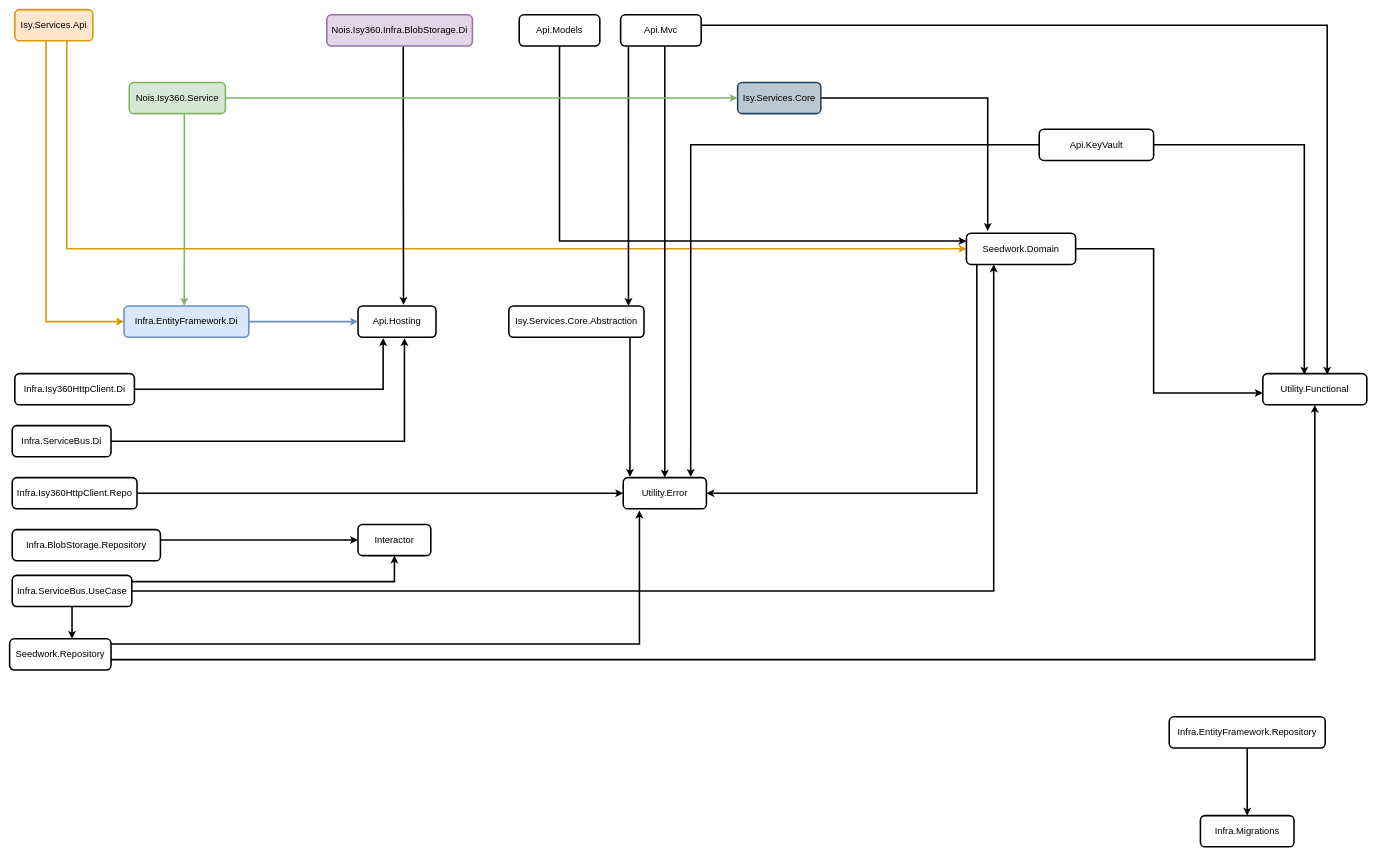
The draw.io diagram Untitled Diagram.drawio in xtzaferis/test-server, before the edit. Source tidied: cells renumbered, new cells numbered last; positions are measured from the earlier drawing's top-left corner, leaving out a move shared by most shapes. Both pictures are drawn from the tidied source at 52%, with x=0, y=0 at pixel (9, 9).
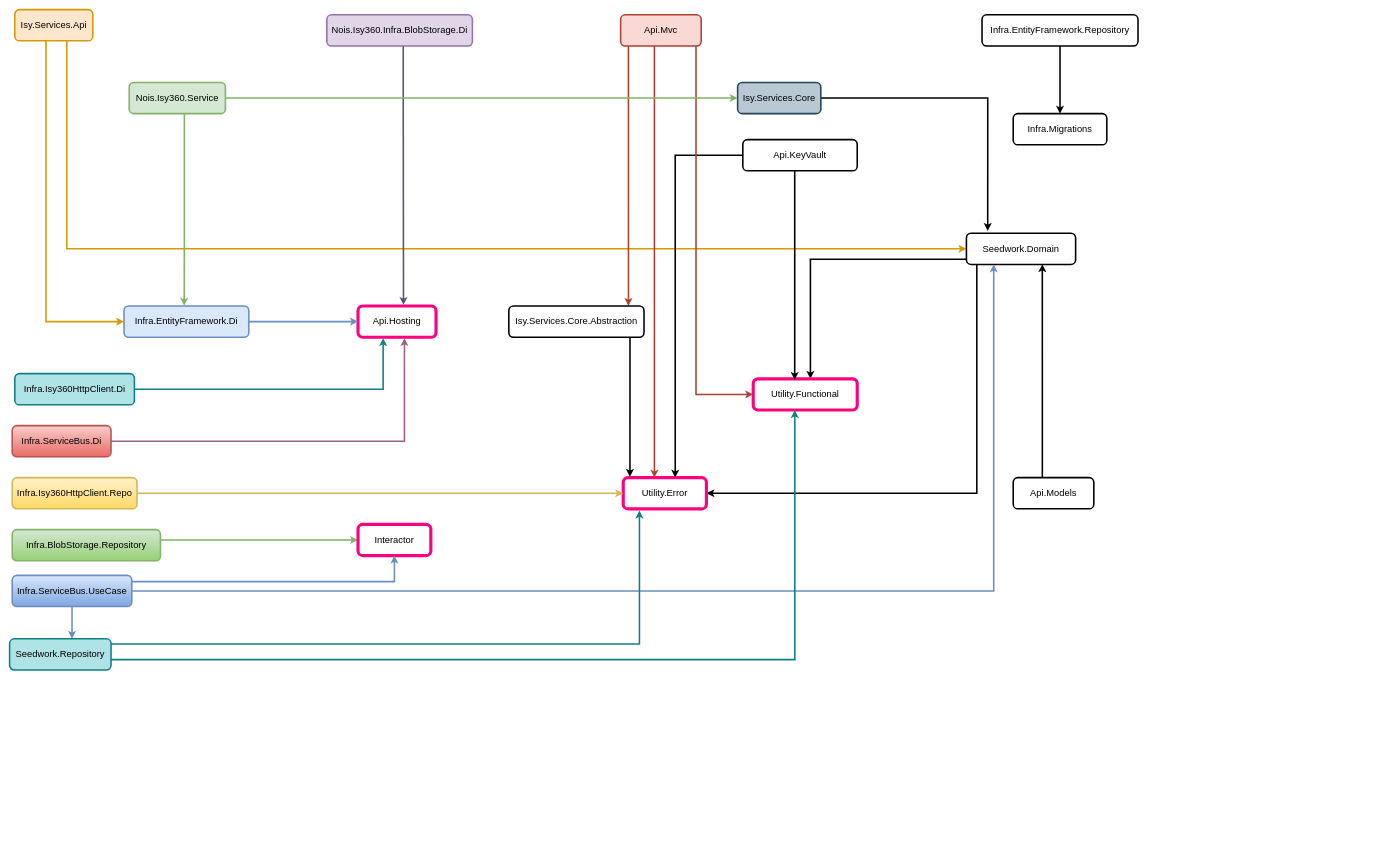
Above is the later version.

The change refers to these unchanged cells:
```xml
<mxCell id="7" value="&lt;font style=&quot;font-size: 18px&quot;&gt;Seedwork.Domain&lt;/font&gt;" style="rounded=1;whiteSpace=wrap;html=1;strokeWidth=3;" parent="1" vertex="1">
  <mxGeometry x="1840" y="430" width="210" height="60" as="geometry" />
</mxCell>
<mxCell id="14" value="&lt;font style=&quot;font-size: 18px&quot;&gt;Nois.Isy360.Infra.BlobStorage.Di&lt;/font&gt;" style="rounded=1;whiteSpace=wrap;html=1;fillColor=#e1d5e7;strokeColor=#9673a6;strokeWidth=3;" parent="1" vertex="1">
  <mxGeometry x="610" y="10" width="280" height="60" as="geometry" />
</mxCell>
<mxCell id="30" value="&lt;font style=&quot;font-size: 18px&quot;&gt;Isy.Services.Core.Abstraction&lt;/font&gt;" style="rounded=1;whiteSpace=wrap;html=1;strokeWidth=3;" parent="1" vertex="1">
  <mxGeometry x="960" y="570" width="260" height="60" as="geometry" />
</mxCell>
```

Diff of the diagram source:
```diff
@@
+    <mxCell id="6" style="edgeStyle=orthogonalEdgeStyle;rounded=0;jettySize=auto;html=1;entryX=1;entryY=0.5;entryDx=0;entryDy=0;fontSize=18;strokeWidth=3;" parent="1" edge="1" source="7" target="9">
+      <mxGeometry relative="1" as="geometry">
+        <Array as="points">
+          <mxPoint x="1860" y="930" />
+        </Array>
+      </mxGeometry>
+    </mxCell>
-    <mxCell id="5" style="edgeStyle=orthogonalEdgeStyle;rounded=0;jettySize=auto;html=1;entryX=-0.001;entryY=0.622;entryDx=0;entryDy=0;entryPerimeter=0;fontSize=18;strokeWidth=3;" parent="1" edge="1" source="7" target="8">
+    <mxCell id="5" style="edgeStyle=orthogonalEdgeStyle;rounded=0;jettySize=auto;html=1;entryX=0.55;entryY=0;entryDx=0;entryDy=0;entryPerimeter=0;fontSize=18;strokeWidth=3;" parent="1" edge="1" source="7" target="8">
       <mxGeometry relative="1" as="geometry">
         <Array as="points">
-          <mxPoint x="2200" y="460" />
-          <mxPoint x="2200" y="737" />
+          <mxPoint x="1540" y="480" />
         </Array>
       </mxGeometry>
     </mxCell>
-    <mxCell id="6" style="edgeStyle=orthogonalEdgeStyle;rounded=0;jettySize=auto;html=1;entryX=1;entryY=0.5;entryDx=0;entryDy=0;fontSize=18;strokeWidth=3;" parent="1" edge="1" source="7" target="9">
-      <mxGeometry relative="1" as="geometry">
-        <Array as="points">
-          <mxPoint x="1860" y="930" />
-        </Array>
-      </mxGeometry>
-    </mxCell>
@@
-    <mxCell id="8" value="&lt;font style=&quot;font-size: 18px&quot;&gt;Utility.Functional&lt;/font&gt;" style="rounded=1;whiteSpace=wrap;html=1;strokeWidth=3;" parent="1" vertex="1">
-      <mxGeometry x="2410" y="700" width="200" height="60" as="geometry" />
+    <mxCell id="8" value="&lt;font style=&quot;font-size: 18px&quot;&gt;Utility.Functional&lt;/font&gt;" style="rounded=1;whiteSpace=wrap;html=1;strokeWidth=6;strokeColor=#FF0080;" parent="1" vertex="1">
+      <mxGeometry x="1430" y="710" width="200" height="60" as="geometry" />
     </mxCell>
-    <mxCell id="9" value="&lt;font style=&quot;font-size: 18px&quot;&gt;Utility.Error&lt;/font&gt;" style="rounded=1;whiteSpace=wrap;html=1;strokeWidth=3;" parent="1" vertex="1">
+    <mxCell id="9" value="&lt;font style=&quot;font-size: 18px&quot;&gt;Utility.Error&lt;/font&gt;" style="rounded=1;whiteSpace=wrap;html=1;strokeWidth=6;strokeColor=#FF0080;" parent="1" vertex="1">
       <mxGeometry x="1180" y="900" width="160" height="60" as="geometry" />
     </mxCell>
-    <mxCell id="10" value="&lt;font style=&quot;font-size: 18px&quot;&gt;Api.Hosting&lt;/font&gt;" style="rounded=1;whiteSpace=wrap;html=1;strokeWidth=3;" parent="1" vertex="1">
+    <mxCell id="10" value="&lt;font style=&quot;font-size: 18px&quot;&gt;Api.Hosting&lt;/font&gt;" style="rounded=1;whiteSpace=wrap;html=1;strokeWidth=6;strokeColor=#FF0080;" parent="1" vertex="1">
       <mxGeometry x="670" y="570" width="150" height="60" as="geometry" />
     </mxCell>
@@
-    <mxCell id="13" style="edgeStyle=orthogonalEdgeStyle;rounded=0;jettySize=auto;html=1;entryX=0.583;entryY=-0.037;entryDx=0;entryDy=0;entryPerimeter=0;fontSize=18;strokeWidth=3;" parent="1" edge="1" source="14" target="10">
+    <mxCell id="13" style="edgeStyle=orthogonalEdgeStyle;rounded=0;jettySize=auto;html=1;entryX=0.583;entryY=-0.037;entryDx=0;entryDy=0;entryPerimeter=0;fontSize=18;strokeWidth=3;fillColor=#d0cee2;strokeColor=#56517e;" parent="1" edge="1" source="14" target="10">
       <mxGeometry relative="1" as="geometry">
         <Array as="points">
           <mxPoint x="757" y="200" />
           <mxPoint x="757" y="200" />
         </Array>
       </mxGeometry>
     </mxCell>
@@
-    <mxCell id="15" style="edgeStyle=orthogonalEdgeStyle;rounded=0;jettySize=auto;html=1;entryX=0;entryY=0.25;entryDx=0;entryDy=0;fontSize=18;strokeWidth=3;" parent="1" edge="1" source="16" target="7">
+    <mxCell id="15" style="edgeStyle=orthogonalEdgeStyle;rounded=0;jettySize=auto;html=1;fontSize=18;strokeWidth=3;entryX=0.695;entryY=0.993;entryDx=0;entryDy=0;entryPerimeter=0;" parent="1" edge="1" source="16" target="7">
       <mxGeometry relative="1" as="geometry">
         <Array as="points">
-          <mxPoint x="1058" y="445" />
+          <mxPoint x="1986" y="790" />
+          <mxPoint x="1986" y="790" />
         </Array>
       </mxGeometry>
     </mxCell>
     <mxCell id="16" value="&lt;font style=&quot;font-size: 18px&quot;&gt;Api.Models&lt;/font&gt;" style="rounded=1;whiteSpace=wrap;html=1;strokeWidth=3;" parent="1" vertex="1">
-      <mxGeometry x="980" y="10" width="155" height="60" as="geometry" />
+      <mxGeometry x="1930" y="900" width="155" height="60" as="geometry" />
     </mxCell>
     <mxCell id="17" style="edgeStyle=orthogonalEdgeStyle;rounded=0;jettySize=auto;html=1;entryX=0.399;entryY=0.033;entryDx=0;entryDy=0;entryPerimeter=0;fontSize=18;strokeWidth=3;" parent="1" edge="1" source="19" target="8">
-      <mxGeometry relative="1" as="geometry" />
+      <mxGeometry relative="1" as="geometry">
+        <Array as="points">
+          <mxPoint x="1510" y="280" />
+        </Array>
+      </mxGeometry>
     </mxCell>
-    <mxCell id="18" style="edgeStyle=orthogonalEdgeStyle;rounded=0;jettySize=auto;html=1;entryX=0.811;entryY=-0.022;entryDx=0;entryDy=0;entryPerimeter=0;fontSize=18;strokeWidth=3;" parent="1" edge="1" source="19" target="9">
-      <mxGeometry relative="1" as="geometry" />
+    <mxCell id="18" style="edgeStyle=orthogonalEdgeStyle;rounded=0;jettySize=auto;html=1;fontSize=18;strokeWidth=3;" parent="1" edge="1" source="19">
+      <mxGeometry relative="1" as="geometry">
+        <mxPoint x="1280" y="900" as="targetPoint" />
+        <Array as="points">
+          <mxPoint x="1280" y="280" />
+          <mxPoint x="1280" y="899" />
+        </Array>
+      </mxGeometry>
     </mxCell>
     <mxCell id="19" value="&lt;font style=&quot;font-size: 18px&quot;&gt;Api.KeyVault&lt;/font&gt;" style="rounded=1;whiteSpace=wrap;html=1;strokeWidth=3;" parent="1" vertex="1">
-      <mxGeometry x="1980" y="230" width="220" height="60" as="geometry" />
+      <mxGeometry x="1410" y="250" width="220" height="60" as="geometry" />
     </mxCell>
-    <mxCell id="20" style="edgeStyle=orthogonalEdgeStyle;rounded=0;jettySize=auto;html=1;fontSize=18;strokeWidth=3;" parent="1" edge="1" source="23" target="9">
+    <mxCell id="20" style="edgeStyle=orthogonalEdgeStyle;rounded=0;jettySize=auto;html=1;fontSize=18;strokeWidth=3;fillColor=#fad9d5;strokeColor=#ae4132;" parent="1" edge="1" source="23" target="9">
       <mxGeometry relative="1" as="geometry">
         <Array as="points">
-          <mxPoint x="1260" y="230" />
-          <mxPoint x="1260" y="230" />
+          <mxPoint x="1240" y="480" />
+          <mxPoint x="1240" y="480" />
         </Array>
       </mxGeometry>
     </mxCell>
+    <mxCell id="22" style="edgeStyle=orthogonalEdgeStyle;rounded=0;jettySize=auto;html=1;entryX=0.885;entryY=0;entryDx=0;entryDy=0;entryPerimeter=0;fontSize=18;strokeWidth=3;fillColor=#fad9d5;strokeColor=#ae4132;" parent="1" edge="1" source="23" target="30">
+      <mxGeometry relative="1" as="geometry">
+        <Array as="points">
+          <mxPoint x="1190" y="180" />
+          <mxPoint x="1190" y="180" />
+        </Array>
+      </mxGeometry>
+    </mxCell>
-    <mxCell id="21" style="edgeStyle=orthogonalEdgeStyle;rounded=0;jettySize=auto;html=1;entryX=0.619;entryY=0.033;entryDx=0;entryDy=0;entryPerimeter=0;fontSize=18;strokeWidth=3;" parent="1" edge="1" source="23" target="8">
+    <mxCell id="21" style="edgeStyle=orthogonalEdgeStyle;rounded=0;jettySize=auto;html=1;fontSize=18;strokeWidth=3;entryX=0;entryY=0.5;entryDx=0;entryDy=0;fillColor=#fad9d5;strokeColor=#ae4132;" parent="1" edge="1" source="23" target="8">
       <mxGeometry relative="1" as="geometry">
         <Array as="points">
-          <mxPoint x="2534" y="30" />
+          <mxPoint x="1320" y="740" />
         </Array>
       </mxGeometry>
     </mxCell>
-    <mxCell id="22" style="edgeStyle=orthogonalEdgeStyle;rounded=0;jettySize=auto;html=1;entryX=0.885;entryY=0;entryDx=0;entryDy=0;entryPerimeter=0;fontSize=18;strokeWidth=3;" parent="1" edge="1" source="23" target="30">
-      <mxGeometry relative="1" as="geometry">
-        <Array as="points">
-          <mxPoint x="1190" y="180" />
-          <mxPoint x="1190" y="180" />
-        </Array>
-      </mxGeometry>
-    </mxCell>
-    <mxCell id="23" value="&lt;font style=&quot;font-size: 18px&quot;&gt;Api.Mvc&lt;/font&gt;" style="rounded=1;whiteSpace=wrap;html=1;strokeWidth=3;" parent="1" vertex="1">
+    <mxCell id="23" value="&lt;font style=&quot;font-size: 18px&quot;&gt;Api.Mvc&lt;/font&gt;" style="rounded=1;whiteSpace=wrap;html=1;strokeWidth=3;fillColor=#fad9d5;strokeColor=#ae4132;" parent="1" vertex="1">
       <mxGeometry x="1175" y="10" width="155" height="60" as="geometry" />
     </mxCell>
-    <mxCell id="24" style="edgeStyle=orthogonalEdgeStyle;rounded=0;jettySize=auto;html=1;entryX=0;entryY=0.5;entryDx=0;entryDy=0;fontSize=18;strokeWidth=3;" parent="1" edge="1" source="25" target="26">
+    <mxCell id="24" style="edgeStyle=orthogonalEdgeStyle;rounded=0;jettySize=auto;html=1;entryX=0;entryY=0.5;entryDx=0;entryDy=0;fontSize=18;strokeWidth=3;fillColor=#d5e8d4;gradientColor=#97d077;strokeColor=#82b366;" parent="1" edge="1" source="25" target="26">
       <mxGeometry relative="1" as="geometry">
         <Array as="points">
           <mxPoint x="390" y="1020" />
           <mxPoint x="390" y="1020" />
         </Array>
       </mxGeometry>
     </mxCell>
-    <mxCell id="25" value="&lt;font style=&quot;font-size: 18px&quot;&gt;Infra.BlobStorage.Repository&lt;/font&gt;" style="rounded=1;whiteSpace=wrap;html=1;strokeWidth=3;" parent="1" vertex="1">
+    <mxCell id="25" value="&lt;font style=&quot;font-size: 18px&quot;&gt;Infra.BlobStorage.Repository&lt;/font&gt;" style="rounded=1;whiteSpace=wrap;html=1;strokeWidth=3;fillColor=#d5e8d4;gradientColor=#97d077;strokeColor=#82b366;" parent="1" vertex="1">
       <mxGeometry x="5" y="1000" width="285" height="60" as="geometry" />
     </mxCell>
-    <mxCell id="26" value="&lt;font style=&quot;font-size: 18px&quot;&gt;Interactor&lt;/font&gt;" style="rounded=1;whiteSpace=wrap;html=1;strokeWidth=3;" parent="1" vertex="1">
+    <mxCell id="26" value="&lt;font style=&quot;font-size: 18px&quot;&gt;Interactor&lt;/font&gt;" style="rounded=1;whiteSpace=wrap;html=1;strokeWidth=6;strokeColor=#FF0080;" parent="1" vertex="1">
       <mxGeometry x="670" y="990" width="140" height="60" as="geometry" />
     </mxCell>
@@
     <mxCell id="32" value="&lt;font style=&quot;font-size: 18px&quot;&gt;Infra.EntityFramework.Repository&lt;/font&gt;" style="rounded=1;whiteSpace=wrap;html=1;strokeWidth=3;" parent="1" vertex="1">
-      <mxGeometry x="2230" y="1360" width="300" height="60" as="geometry" />
+      <mxGeometry x="1870" y="10" width="300" height="60" as="geometry" />
     </mxCell>
     <mxCell id="33" value="&lt;font style=&quot;font-size: 18px&quot;&gt;Infra.Migrations&lt;/font&gt;" style="rounded=1;whiteSpace=wrap;html=1;strokeWidth=3;" parent="1" vertex="1">
-      <mxGeometry x="2290" y="1550" width="180" height="60" as="geometry" />
+      <mxGeometry x="1930" y="200" width="180" height="60" as="geometry" />
     </mxCell>
-    <mxCell id="34" style="edgeStyle=orthogonalEdgeStyle;rounded=0;jettySize=auto;html=1;entryX=0.322;entryY=1.03;entryDx=0;entryDy=0;entryPerimeter=0;fontSize=18;strokeWidth=3;" parent="1" edge="1" source="35" target="10">
+    <mxCell id="34" style="edgeStyle=orthogonalEdgeStyle;rounded=0;jettySize=auto;html=1;entryX=0.322;entryY=1.03;entryDx=0;entryDy=0;entryPerimeter=0;fontSize=18;strokeWidth=3;fillColor=#b0e3e6;strokeColor=#0e8088;" parent="1" edge="1" source="35" target="10">
       <mxGeometry relative="1" as="geometry" />
     </mxCell>
-    <mxCell id="35" value="&lt;font style=&quot;font-size: 18px&quot;&gt;Infra.Isy360HttpClient.Di&lt;/font&gt;" style="rounded=1;whiteSpace=wrap;html=1;strokeWidth=3;" parent="1" vertex="1">
+    <mxCell id="35" value="&lt;font style=&quot;font-size: 18px&quot;&gt;Infra.Isy360HttpClient.Di&lt;/font&gt;" style="rounded=1;whiteSpace=wrap;html=1;strokeWidth=3;fillColor=#b0e3e6;strokeColor=#0e8088;" parent="1" vertex="1">
       <mxGeometry x="10" y="700" width="230" height="60" as="geometry" />
     </mxCell>
-    <mxCell id="36" style="edgeStyle=orthogonalEdgeStyle;rounded=0;jettySize=auto;html=1;fontSize=18;strokeWidth=3;" parent="1" edge="1" source="37" target="9">
+    <mxCell id="36" style="edgeStyle=orthogonalEdgeStyle;rounded=0;jettySize=auto;html=1;fontSize=18;strokeWidth=3;fillColor=#fff2cc;strokeColor=#d6b656;gradientColor=#ffd966;" parent="1" edge="1" source="37" target="9">
       <mxGeometry relative="1" as="geometry" />
     </mxCell>
-    <mxCell id="37" value="&lt;font style=&quot;font-size: 18px&quot;&gt;Infra.Isy360HttpClient.Repo&lt;/font&gt;" style="rounded=1;whiteSpace=wrap;html=1;strokeWidth=3;" parent="1" vertex="1">
+    <mxCell id="37" value="&lt;font style=&quot;font-size: 18px&quot;&gt;Infra.Isy360HttpClient.Repo&lt;/font&gt;" style="rounded=1;whiteSpace=wrap;html=1;strokeWidth=3;fillColor=#fff2cc;strokeColor=#d6b656;gradientColor=#ffd966;" parent="1" vertex="1">
       <mxGeometry x="5" y="900" width="240" height="60" as="geometry" />
     </mxCell>
-    <mxCell id="38" style="edgeStyle=orthogonalEdgeStyle;rounded=0;jettySize=auto;html=1;entryX=0.595;entryY=1.03;entryDx=0;entryDy=0;entryPerimeter=0;fontSize=18;strokeWidth=3;" parent="1" edge="1" source="39" target="10">
+    <mxCell id="38" style="edgeStyle=orthogonalEdgeStyle;rounded=0;jettySize=auto;html=1;entryX=0.595;entryY=1.03;entryDx=0;entryDy=0;entryPerimeter=0;fontSize=18;strokeWidth=3;fillColor=#e6d0de;gradientColor=#d5739d;strokeColor=#996185;" parent="1" edge="1" source="39" target="10">
       <mxGeometry relative="1" as="geometry" />
     </mxCell>
-    <mxCell id="39" value="&lt;font style=&quot;font-size: 18px&quot;&gt;Infra.ServiceBus.Di&lt;/font&gt;" style="rounded=1;whiteSpace=wrap;html=1;strokeWidth=3;" parent="1" vertex="1">
+    <mxCell id="39" value="&lt;font style=&quot;font-size: 18px&quot;&gt;Infra.ServiceBus.Di&lt;/font&gt;" style="rounded=1;whiteSpace=wrap;html=1;strokeWidth=3;fillColor=#f8cecc;gradientColor=#ea6b66;strokeColor=#b85450;" parent="1" vertex="1">
       <mxGeometry x="5" y="800" width="190" height="60" as="geometry" />
     </mxCell>
-    <mxCell id="40" style="edgeStyle=orthogonalEdgeStyle;rounded=0;jettySize=auto;html=1;fontSize=18;strokeWidth=3;" parent="1" edge="1" source="43" target="46">
+    <mxCell id="40" style="edgeStyle=orthogonalEdgeStyle;rounded=0;jettySize=auto;html=1;fontSize=18;strokeWidth=3;fillColor=#dae8fc;gradientColor=#7ea6e0;strokeColor=#6c8ebf;" parent="1" edge="1" source="43" target="46">
       <mxGeometry relative="1" as="geometry">
         <Array as="points">
           <mxPoint x="110" y="1250" />
           <mxPoint x="110" y="1250" />
         </Array>
       </mxGeometry>
     </mxCell>
-    <mxCell id="41" style="edgeStyle=orthogonalEdgeStyle;rounded=0;jettySize=auto;html=1;entryX=0.25;entryY=1;entryDx=0;entryDy=0;fontSize=18;strokeWidth=3;" parent="1" edge="1" source="43" target="7">
+    <mxCell id="41" style="edgeStyle=orthogonalEdgeStyle;rounded=0;jettySize=auto;html=1;entryX=0.25;entryY=1;entryDx=0;entryDy=0;fontSize=18;strokeWidth=3;fillColor=#dae8fc;gradientColor=#7ea6e0;strokeColor=#6c8ebf;" parent="1" edge="1" source="43" target="7">
       <mxGeometry relative="1" as="geometry" />
     </mxCell>
-    <mxCell id="42" style="edgeStyle=orthogonalEdgeStyle;rounded=0;jettySize=auto;html=1;entryX=0.5;entryY=1;entryDx=0;entryDy=0;fontSize=18;strokeWidth=3;" parent="1" edge="1" source="43" target="26">
+    <mxCell id="42" style="edgeStyle=orthogonalEdgeStyle;rounded=0;jettySize=auto;html=1;entryX=0.5;entryY=1;entryDx=0;entryDy=0;fontSize=18;strokeWidth=3;fillColor=#dae8fc;gradientColor=#7ea6e0;strokeColor=#6c8ebf;" parent="1" edge="1" source="43" target="26">
       <mxGeometry relative="1" as="geometry">
         <Array as="points">
           <mxPoint x="740" y="1100" />
         </Array>
       </mxGeometry>
     </mxCell>
-    <mxCell id="43" value="&lt;font style=&quot;font-size: 18px&quot;&gt;Infra.ServiceBus.UseCase&lt;/font&gt;" style="rounded=1;whiteSpace=wrap;html=1;strokeWidth=3;" parent="1" vertex="1">
+    <mxCell id="43" value="&lt;font style=&quot;font-size: 18px&quot;&gt;Infra.ServiceBus.UseCase&lt;/font&gt;" style="rounded=1;whiteSpace=wrap;html=1;strokeWidth=3;fillColor=#dae8fc;gradientColor=#7ea6e0;strokeColor=#6c8ebf;" parent="1" vertex="1">
       <mxGeometry x="5" y="1088" width="230" height="60" as="geometry" />
     </mxCell>
-    <mxCell id="44" style="edgeStyle=orthogonalEdgeStyle;rounded=0;jettySize=auto;html=1;entryX=0.195;entryY=1.056;entryDx=0;entryDy=0;entryPerimeter=0;fontSize=18;strokeWidth=3;" parent="1" edge="1" source="46" target="9">
+    <mxCell id="44" style="edgeStyle=orthogonalEdgeStyle;rounded=0;jettySize=auto;html=1;entryX=0.195;entryY=1.056;entryDx=0;entryDy=0;entryPerimeter=0;fontSize=18;strokeWidth=3;fillColor=#b0e3e6;strokeColor=#0e8088;" parent="1" edge="1" source="46" target="9">
       <mxGeometry relative="1" as="geometry">
         <Array as="points">
           <mxPoint x="1211" y="1220" />
         </Array>
       </mxGeometry>
     </mxCell>
-    <mxCell id="45" style="edgeStyle=orthogonalEdgeStyle;rounded=0;jettySize=auto;html=1;fontSize=18;strokeWidth=3;" parent="1" edge="1" source="46" target="8">
+    <mxCell id="45" style="edgeStyle=orthogonalEdgeStyle;rounded=0;jettySize=auto;html=1;fontSize=18;strokeWidth=3;fillColor=#b0e3e6;strokeColor=#0e8088;" parent="1" edge="1" source="46" target="8">
       <mxGeometry relative="1" as="geometry">
         <Array as="points">
-          <mxPoint x="2510" y="1250" />
+          <mxPoint x="1510" y="1250" />
         </Array>
       </mxGeometry>
     </mxCell>
-    <mxCell id="46" value="&lt;font style=&quot;font-size: 18px&quot;&gt;Seedwork.Repository&lt;/font&gt;" style="rounded=1;whiteSpace=wrap;html=1;strokeWidth=3;" parent="1" vertex="1">
+    <mxCell id="46" value="&lt;font style=&quot;font-size: 18px&quot;&gt;Seedwork.Repository&lt;/font&gt;" style="rounded=1;whiteSpace=wrap;html=1;strokeWidth=3;fillColor=#b0e3e6;strokeColor=#0e8088;" parent="1" vertex="1">
       <mxGeometry y="1210" width="195" height="60" as="geometry" />
     </mxCell>
```
